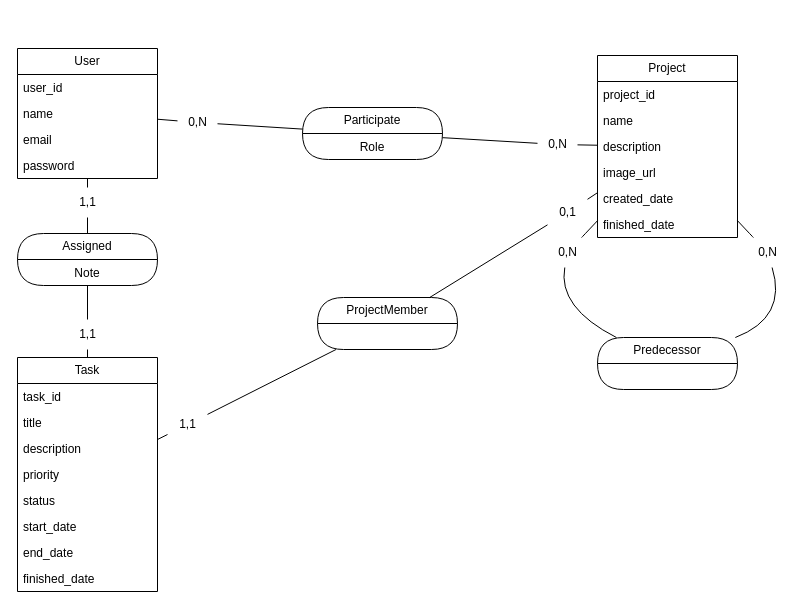
Earlier version of the draw.io diagram Conception/MCD de Mashru3.drawio (haki24gamer/Mashru3). Source tidied: cells renumbered, new cells numbered last; positions are measured from the earlier drawing's top-left corner, leaving out a move shared by most shapes. Both pictures are drawn from the tidied source at 100%, with x=0, y=0 at pixel (17, 48).
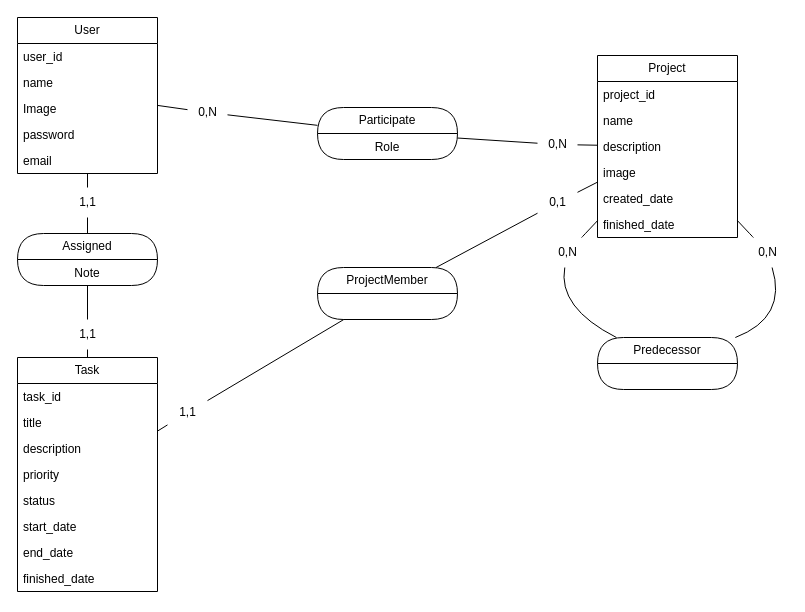
The same page after the edit.

Unchanged cells that the change refers to:
```xml
<mxCell id="16" value="Project" style="swimlane;fontStyle=0;horizontal=1;startSize=26;fillColor=none;whiteSpace=wrap;html=1;" parent="1" vertex="1">
  <mxGeometry x="580" y="7" width="140" height="182" as="geometry" />
</mxCell>
```

The edit, as a diff of the source:
```diff
@@
     <mxCell id="2" value="User" style="swimlane;fontStyle=0;horizontal=1;startSize=26;fillColor=none;whiteSpace=wrap;html=1;" parent="1" vertex="1">
-      <mxGeometry width="140" height="130" as="geometry" />
+      <mxGeometry y="-31" width="140" height="156" as="geometry" />
     </mxCell>
@@
+    <mxCell id="53" value="Image" style="text;strokeColor=none;fillColor=none;align=left;verticalAlign=top;spacingLeft=4;spacingRight=4;overflow=hidden;whiteSpace=wrap;html=1;" parent="2" vertex="1">
+      <mxGeometry y="78" width="140" height="26" as="geometry" />
+    </mxCell>
+    <mxCell id="6" value="password" style="text;strokeColor=none;fillColor=none;align=left;verticalAlign=top;spacingLeft=4;spacingRight=4;overflow=hidden;whiteSpace=wrap;html=1;" parent="2" vertex="1">
+      <mxGeometry y="104" width="140" height="26" as="geometry" />
+    </mxCell>
     <mxCell id="5" value="email" style="text;strokeColor=none;fillColor=none;align=left;verticalAlign=top;spacingLeft=4;spacingRight=4;overflow=hidden;whiteSpace=wrap;html=1;" parent="2" vertex="1">
-      <mxGeometry y="78" width="140" height="26" as="geometry" />
+      <mxGeometry y="130" width="140" height="26" as="geometry" />
     </mxCell>
-    <mxCell id="6" value="password" style="text;strokeColor=none;fillColor=none;align=left;verticalAlign=top;spacingLeft=4;spacingRight=4;overflow=hidden;whiteSpace=wrap;html=1;" parent="2" vertex="1">
-      <mxGeometry y="104" width="140" height="26" as="geometry" />
-    </mxCell>
@@
-    <mxCell id="20" value="image_url" style="text;strokeColor=none;fillColor=none;align=left;verticalAlign=top;spacingLeft=4;spacingRight=4;overflow=hidden;whiteSpace=wrap;html=1;" parent="16" vertex="1">
+    <mxCell id="20" value="image" style="text;strokeColor=none;fillColor=none;align=left;verticalAlign=top;spacingLeft=4;spacingRight=4;overflow=hidden;whiteSpace=wrap;html=1;" parent="16" vertex="1">
       <mxGeometry y="104" width="140" height="26" as="geometry" />
     </mxCell>
@@
     <mxCell id="26" value="Participate" style="swimlane;fontStyle=0;horizontal=1;startSize=26;fillColor=none;whiteSpace=wrap;html=1;rounded=1;arcSize=39;" parent="1" vertex="1">
-      <mxGeometry x="285" y="59" width="140" height="52" as="geometry" />
+      <mxGeometry x="300" y="59" width="140" height="52" as="geometry" />
     </mxCell>
@@
     <mxCell id="29" value="ProjectMember" style="swimlane;fontStyle=0;horizontal=1;startSize=26;fillColor=none;whiteSpace=wrap;html=1;rounded=1;arcSize=39;" parent="1" vertex="1">
-      <mxGeometry x="300" y="249" width="140" height="52" as="geometry" />
+      <mxGeometry x="300" y="219" width="140" height="52" as="geometry" />
     </mxCell>
@@
     <mxCell id="40" value="1,1" style="text;html=1;align=center;verticalAlign=middle;points=[];strokeColor=none;fillColor=none;" parent="1" vertex="1">
-      <mxGeometry x="150" y="361" width="40" height="30" as="geometry" />
+      <mxGeometry x="150" y="349" width="40" height="30" as="geometry" />
     </mxCell>
@@
     <mxCell id="44" value="0,N" style="text;html=1;align=center;verticalAlign=middle;points=[];strokeColor=none;fillColor=none;" parent="1" vertex="1">
-      <mxGeometry x="160" y="59" width="40" height="30" as="geometry" />
+      <mxGeometry x="170" y="49" width="40" height="30" as="geometry" />
     </mxCell>
@@
     <mxCell id="52" value="0,1" style="text;html=1;align=center;verticalAlign=middle;points=[];strokeColor=none;fillColor=none;" parent="1" vertex="1">
-      <mxGeometry x="530" y="149" width="40" height="30" as="geometry" />
+      <mxGeometry x="520" y="139" width="40" height="30" as="geometry" />
     </mxCell>
```
